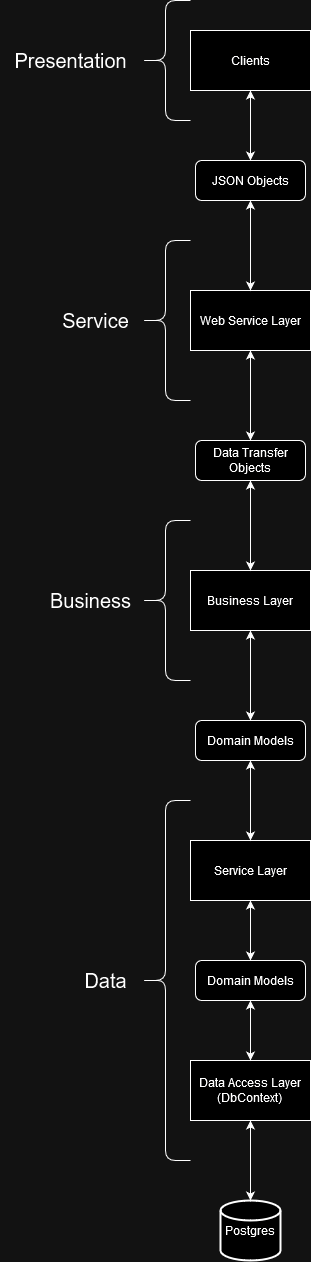
The draw.io diagram docs/diagrams/backend_architecture.drawio.png in RUC-MSc-CS-CIT-2024/portfolio_subproject_2, before a commit. Source tidied: cells renumbered, new cells last; positions are measured from the earlier drawing's top-left corner, leaving out a move shared by most shapes.
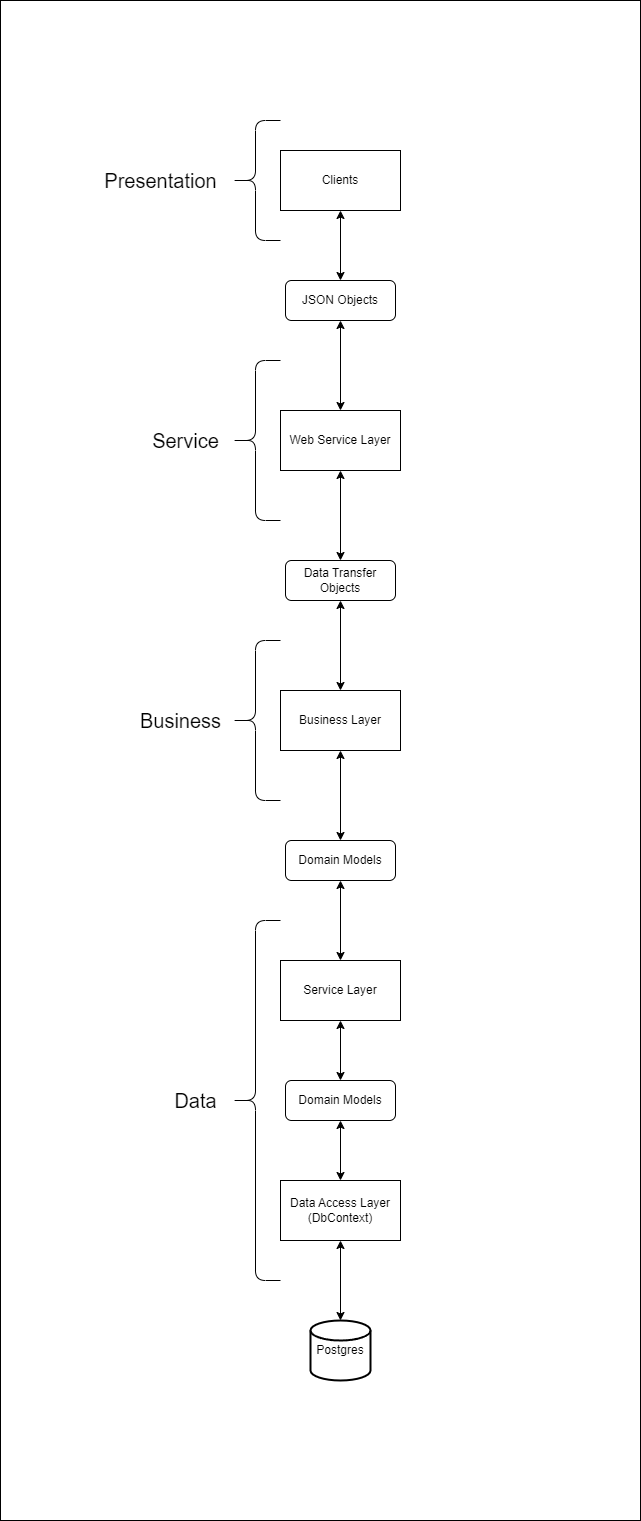
After the change.

What changed in the source:
```diff
@@ -2,6 +2,9 @@
   <root>
     <mxCell id="0" />
     <mxCell id="1" parent="0" />
+    <mxCell id="29" style="rounded=0;whiteSpace=wrap;html=1;" parent="1" vertex="1">
+      <mxGeometry x="-90" y="-120" width="640" height="1520" as="geometry" />
+    </mxCell>
     <mxCell id="2" style="edgeStyle=orthogonalEdgeStyle;rounded=0;jettySize=auto;html=1;startArrow=classic;startFill=1;" parent="1" edge="1" source="3" target="4">
       <mxGeometry relative="1" as="geometry" />
     </mxCell>
```
